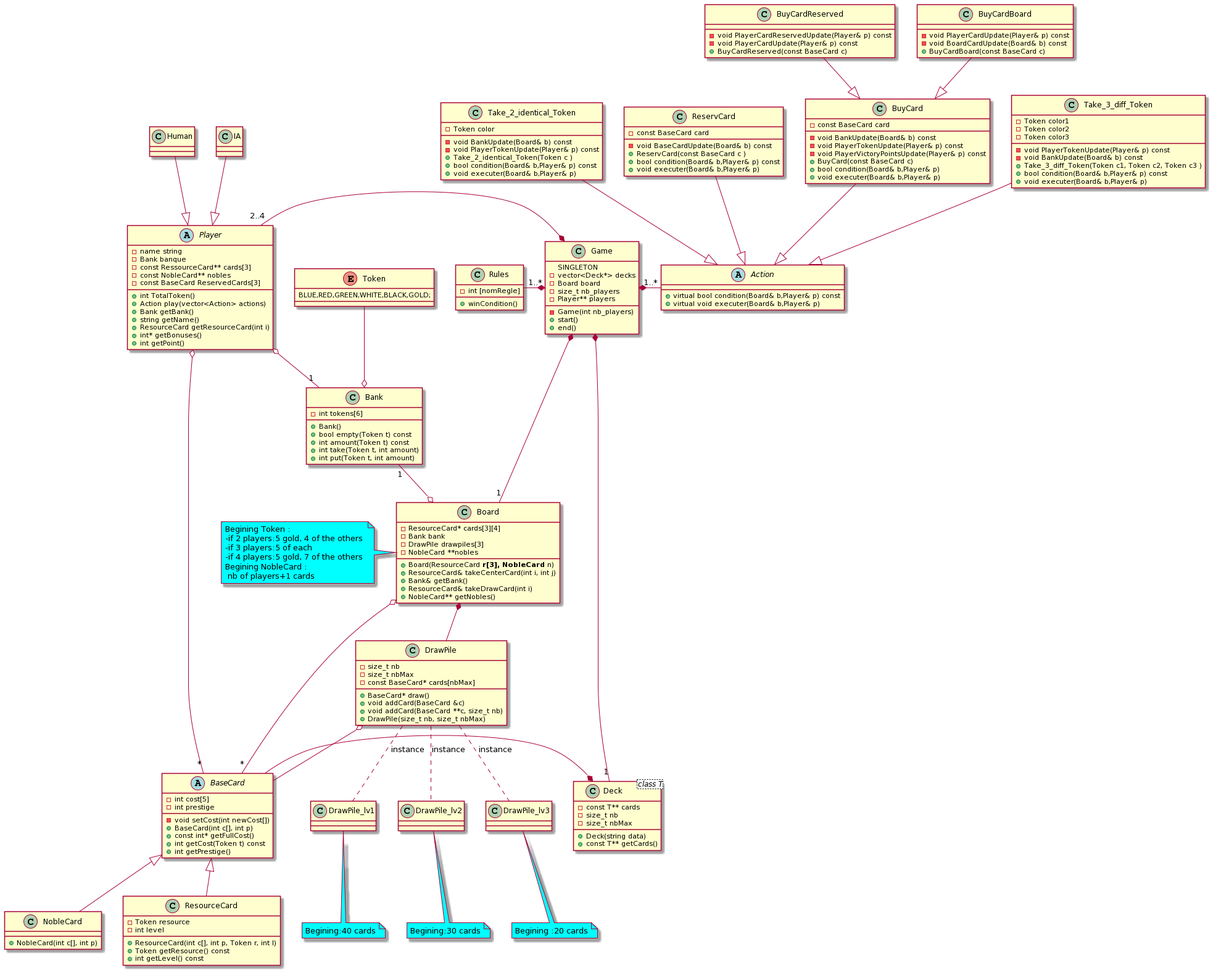
Earlier version of the PlantUML export UML.png (LeCodex/LO21-Splendor).
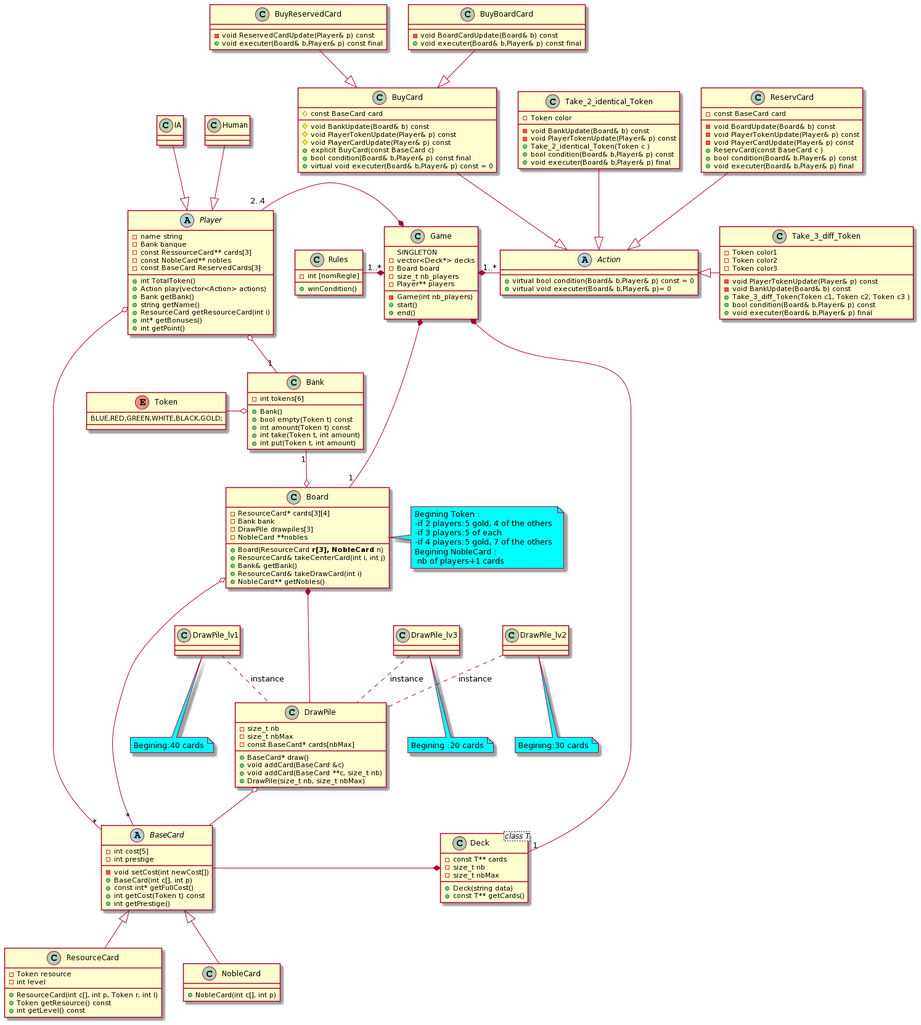
After the change.

Commit message:
UML_Update_classe_Action

Diff of the diagram source:
```diff
@@ -50,8 +50,8 @@
 }
 
 abstract Action{
-+virtual bool condition(Board& b,Player& p) const
-+virtual void executer(Board& b,Player& p)
++virtual bool condition(Board& b,Player& p) const = 0
++virtual void executer(Board& b,Player& p)= 0
 }
 
 class Take_2_identical_Token{
@@ -60,38 +60,39 @@
 -void PlayerTokenUpdate(Player& p) const
 +Take_2_identical_Token(Token c )
 +bool condition(Board& b,Player& p) const
-+void executer(Board& b,Player& p)
++void executer(Board& b,Player& p) final
 }
 
 class ReservCard{
 -const BaseCard card
--void BaseCardUpdate(Board& b) const
+-void BoardUpdate(Board& b) const
+-void PlayerTokenUpdate(Player& p) const
+-void PlayerCardUpdate(Player& p) const
 +ReservCard(const BaseCard c )
 +bool condition(Board& b,Player& p) const
-+void executer(Board& b,Player& p)
++void executer(Board& b,Player& p) final
 }
 
 class BuyCard{
--const BaseCard card
--void BankUpdate(Board& b) const
--void PlayerTokenUpdate(Player& p) const
--void PlayerVictoryPointsUpdate(Player& p) const
-+BuyCard(const BaseCard c)
-+bool condition(Board& b,Player& p)
-+void executer(Board& b,Player& p)
+#const BaseCard card
+#void BankUpdate(Board& b) const
+#void PlayerTokenUpdate(Player& p) const
+#void PlayerCardUpdate(Player& p) const
++explicit BuyCard(const BaseCard c)
++bool condition(Board& b,Player& p) const final
++virtual void executer(Board& b,Player& p) const = 0
 }
 
-class BuyCardReserved{
--void PlayerCardReservedUpdate(Player& p) const
--void PlayerCardUpdate(Player& p) const
-+BuyCardReserved(const BaseCard c)
+class BuyReservedCard{
+-void ReservedCardUpdate(Player& p) const
++void executer(Board& b,Player& p) const final
 }
 
-class BuyCardBoard{
--void PlayerCardUpdate(Player& p) const
+class BuyBoardCard{
 -void BoardCardUpdate(Board& b) const
-+BuyCardBoard(const BaseCard c)
++void executer(Board& b,Player& p) const final
 }
+
 
 class Take_3_diff_Token{
 -Token color1
@@ -101,7 +102,7 @@
 -void BankUpdate(Board& b) const
 +Take_3_diff_Token(Token c1, Token c2, Token c3 )
 +bool condition(Board& b,Player& p) const
-+void executer(Board& b,Player& p)
++void executer(Board& b,Player& p) final
 }
 
 class DrawPile{
@@ -126,13 +127,6 @@
 +NobleCard** getNobles()
 }
 
-class Deck <class T>{
--const T** cards
--size_t nb
--size_t nbMax
-+Deck(string data)
-+const T** getCards()
-}
 
 class Game{
 SINGLETON
@@ -145,43 +139,52 @@
 +end()
 }
 
+class Deck <class T>{
+-const T** cards
+-size_t nb
+-size_t nbMax
++Deck(string data)
++const T** getCards()
+}
+
 class Rules{
 -int [nomRegle]
 +winCondition()
 }
 
 Game *-"1..*" Action
-Game *-- "1" Deck
+Game *---- "1" Deck
 Player "2..4"  -*  Game
 Game *---"1" Board
 Rules "1..*"-* Game
-Board o--"*" BaseCard
-DrawPile.. DrawPile_lv1  : instance
-DrawPile.. DrawPile_lv2 : instance
-DrawPile .. DrawPile_lv3 : instance
+Board o-"*" BaseCard
+DrawPile_lv1.. DrawPile  : instance
+DrawPile_lv2.. DrawPile : instance
+DrawPile_lv3 .. DrawPile : instance
 DrawPile o-- BaseCard
-Board *-- DrawPile
+Board *--- DrawPile
 BaseCard -* Deck
-Bank "1"--o Board
+Bank "1"-o Board
 Player o--"1" Bank
-Token --o Bank
+Token -o Bank
 BaseCard <|-- NobleCard
 BaseCard <|-- ResourceCard
 Human --|> Player
 IA --|> Player
-Take_3_diff_Token --|> Action
+Action <|- Take_3_diff_Token
 Take_2_identical_Token --|> Action
 BuyCard--|> Action
 ReservCard--|> Action
 
-BuyCardReserved--|> BuyCard
-BuyCardBoard--|>BuyCard
+BuyReservedCard --|> BuyCard
+BuyBoardCard--|> BuyCard
+
 
 Player o--"*"BaseCard
 
 
 
-note left of Board #aqua: Begining Token : \n-if 2 players:5 gold, 4 of the others \n-if 3 players:5 of each \n-if 4 players:5 gold, 7 of the others \nBegining NobleCard : \n nb of players+1 cards
+note right of Board #aqua: Begining Token : \n-if 2 players:5 gold, 4 of the others \n-if 3 players:5 of each \n-if 4 players:5 gold, 7 of the others \nBegining NobleCard : \n nb of players+1 cards
 note bottom of DrawPile_lv3 #aqua: Begining :20 cards
 note bottom of DrawPile_lv2 #aqua: Begining:30 cards
 note bottom of DrawPile_lv1 #aqua: Begining:40 cards
```
